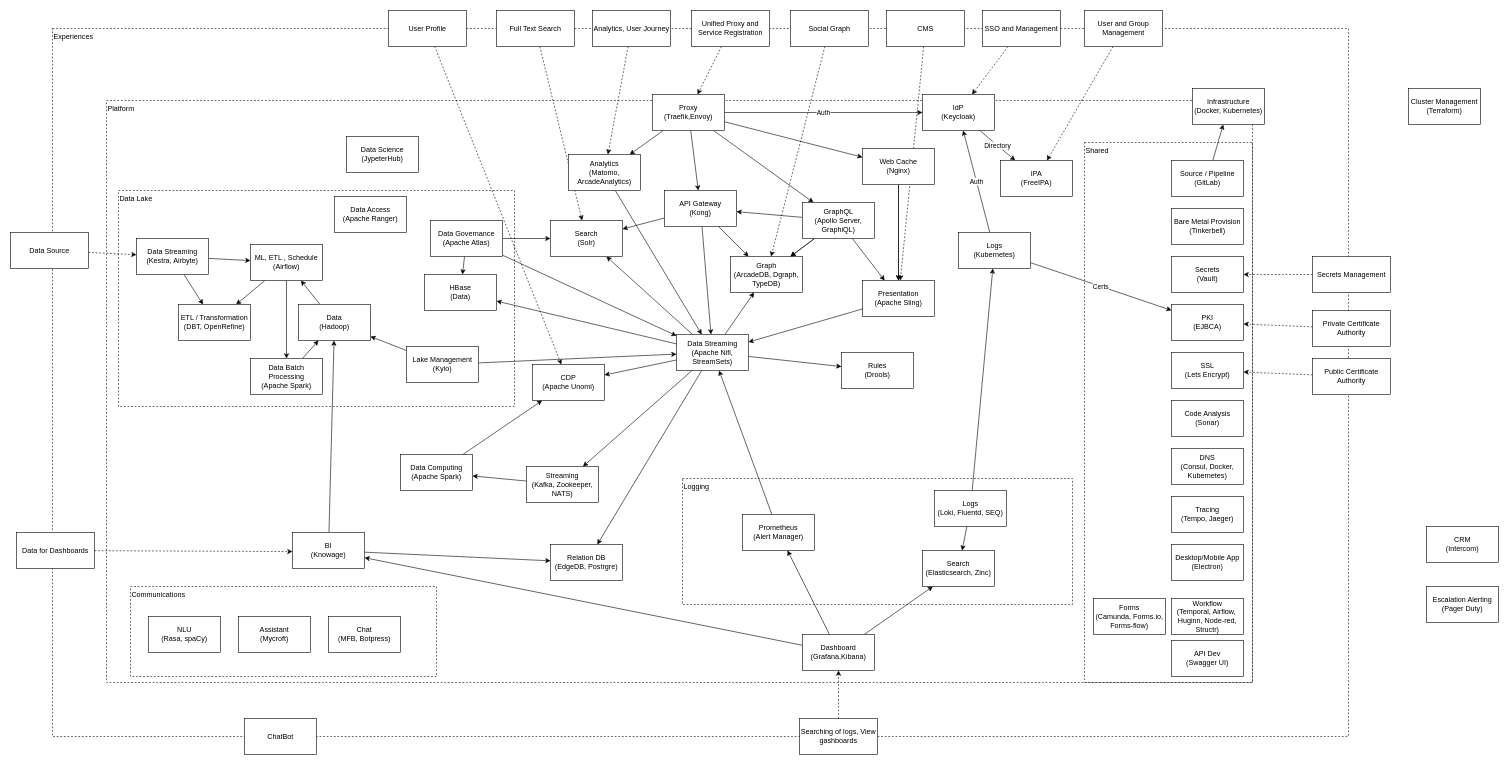
Before: page "Services" (1 of 3) of _gxp/diagrams/GXP-Architecture.drawio in governance-foundation/governance.foundation, a draw.io diagram. Source tidied: cells renumbered, new cells numbered last; positions are measured from the earlier drawing's top-left corner, leaving out a move shared by most shapes. Both pictures are drawn from the tidied source at 60%, with x=0, y=0 at pixel (10, 10).
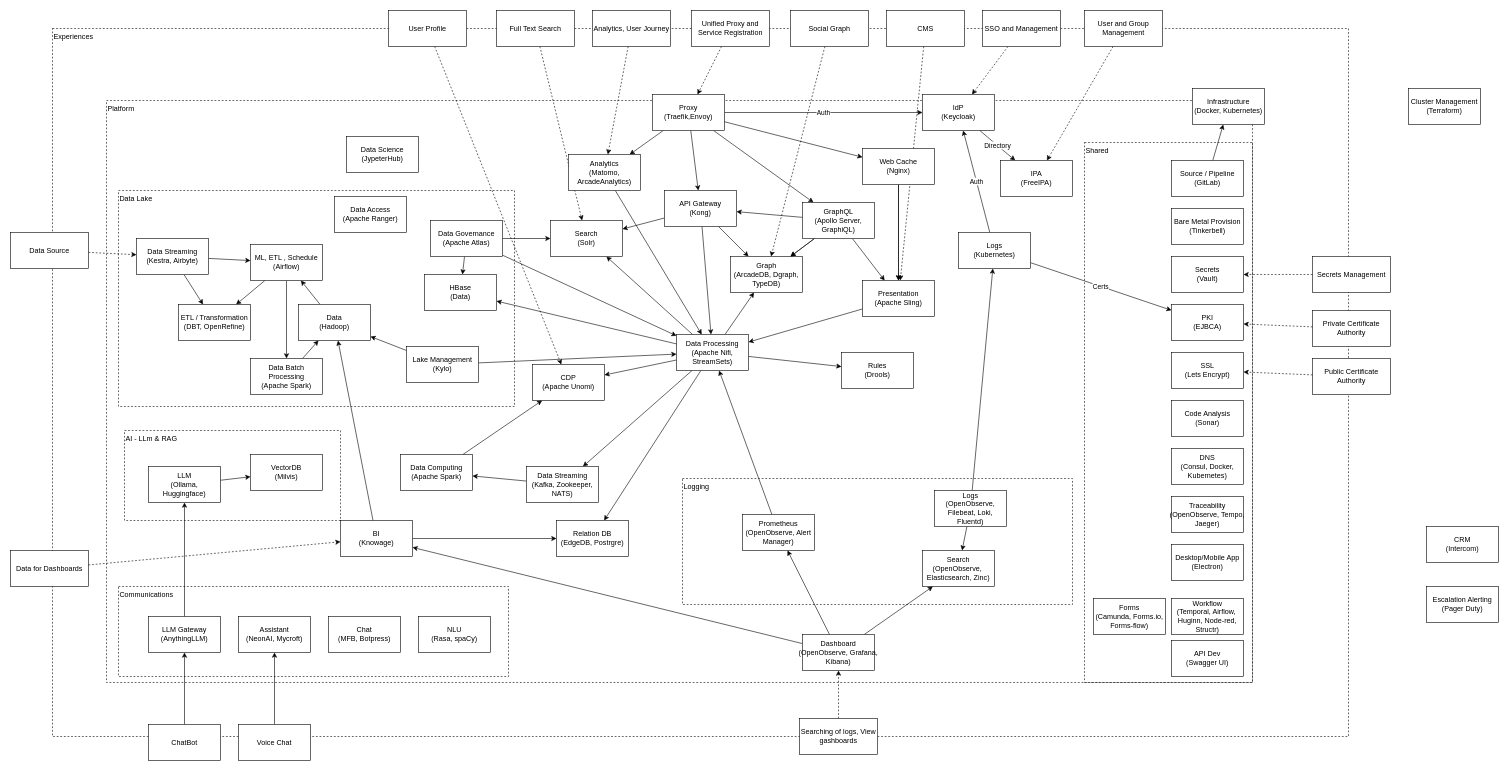
Above is the later version.

The edit, as a diff of the source:
```diff
@@
     <mxCell id="23" value="Data for Dashboards" style="rounded=0;whiteSpace=wrap;html=1;" parent="1" vertex="1">
-      <mxGeometry x="10" y="870" width="130" height="60" as="geometry" />
+      <mxGeometry y="900" width="130" height="60" as="geometry" />
     </mxCell>
-    <mxCell id="24" style="edgeStyle=none;rounded=0;jettySize=auto;html=1;dashed=1;" parent="1" edge="1" source="23">
-      <mxGeometry relative="1" as="geometry">
-        <mxPoint x="470" y="901.8" as="targetPoint" />
-      </mxGeometry>
+    <mxCell id="24" style="edgeStyle=none;rounded=0;jettySize=auto;html=1;dashed=1;" parent="1" edge="1" source="23" target="85">
+      <mxGeometry relative="1" as="geometry" />
     </mxCell>
@@
+    <mxCell id="137" value="AI - LLm &amp;amp; RAG" style="rounded=0;whiteSpace=wrap;html=1;fillColor=none;dashed=1;verticalAlign=top;align=left;" parent="33" vertex="1">
+      <mxGeometry x="190" y="700" width="360" height="150" as="geometry" />
+    </mxCell>
@@
-    <mxCell id="49" value="Data Streaming&lt;br&gt;(Apache Nifi, StreamSets)" style="rounded=0;whiteSpace=wrap;html=1;" parent="33" vertex="1">
+    <mxCell id="49" value="Data Processing&lt;br&gt;(Apache Nifi, StreamSets)" style="rounded=0;whiteSpace=wrap;html=1;" parent="33" vertex="1">
       <mxGeometry x="1110" y="540" width="120" height="60" as="geometry" />
     </mxCell>
@@
-    <mxCell id="51" value="Prometheus&lt;br&gt;(Alert Manager)" style="rounded=0;whiteSpace=wrap;html=1;" parent="33" vertex="1">
+    <mxCell id="51" value="Prometheus&lt;br&gt;(OpenObserve, Alert Manager)" style="rounded=0;whiteSpace=wrap;html=1;" parent="33" vertex="1">
       <mxGeometry x="1220" y="840" width="120" height="60" as="geometry" />
     </mxCell>
@@
-    <mxCell id="54" value="&lt;div&gt;Search&lt;/div&gt;&lt;div&gt;(Elasticsearch, Zinc)&lt;/div&gt;" style="rounded=0;whiteSpace=wrap;html=1;" parent="33" vertex="1">
+    <mxCell id="54" value="&lt;div&gt;Search&lt;/div&gt;&lt;div&gt;(&lt;span style=&quot;background-color: initial;&quot;&gt;OpenObserve,&amp;nbsp;&lt;/span&gt;&lt;/div&gt;&lt;div&gt;&lt;span style=&quot;background-color: initial;&quot;&gt;Elasticsearch, Zinc)&lt;/span&gt;&lt;/div&gt;" style="rounded=0;whiteSpace=wrap;html=1;" parent="33" vertex="1">
       <mxGeometry x="1520" y="900" width="120" height="60" as="geometry" />
     </mxCell>
@@
-    <mxCell id="80" value="Streaming&lt;br&gt;(Kafka, Zookeeper, NATS)" style="rounded=0;whiteSpace=wrap;html=1;" parent="33" vertex="1">
+    <mxCell id="80" value="Data Streaming&lt;br&gt;(Kafka, Zookeeper, NATS)" style="rounded=0;whiteSpace=wrap;html=1;" parent="33" vertex="1">
       <mxGeometry x="860" y="760" width="120" height="60" as="geometry" />
     </mxCell>
@@
     <mxCell id="85" value="&lt;div&gt;BI&lt;/div&gt;&lt;div&gt;(Knowage)&lt;/div&gt;" style="rounded=0;whiteSpace=wrap;html=1;" parent="33" vertex="1">
-      <mxGeometry x="470" y="870" width="120" height="60" as="geometry" />
+      <mxGeometry x="550" y="850" width="120" height="60" as="geometry" />
     </mxCell>
@@
     <mxCell id="89" value="&lt;div&gt;Relation DB&lt;br&gt;&lt;/div&gt;&lt;div&gt;(EdgeDB, Postrgre)&lt;/div&gt;" style="rounded=0;whiteSpace=wrap;html=1;" parent="33" vertex="1">
-      <mxGeometry x="900" y="890" width="120" height="60" as="geometry" />
+      <mxGeometry x="910" y="850" width="120" height="60" as="geometry" />
     </mxCell>
@@
-    <mxCell id="93" value="&lt;div&gt;Dashboard&lt;/div&gt;&lt;div&gt;(Grafana,Kibana)&lt;/div&gt;" style="rounded=0;whiteSpace=wrap;html=1;" parent="33" vertex="1">
+    <mxCell id="93" value="&lt;div&gt;Dashboard&lt;/div&gt;&lt;div&gt;(&lt;span style=&quot;background-color: initial;&quot;&gt;OpenObserve,&amp;nbsp;&lt;/span&gt;&lt;span style=&quot;background-color: initial;&quot;&gt;Grafana, Kibana)&lt;/span&gt;&lt;/div&gt;" style="rounded=0;whiteSpace=wrap;html=1;" parent="33" vertex="1">
       <mxGeometry x="1320" y="1040" width="120" height="60" as="geometry" />
     </mxCell>
@@
-    <mxCell id="96" value="&lt;div&gt;Logs&lt;/div&gt;&lt;div&gt;(Loki, Fluentd, SEQ)&lt;/div&gt;" style="rounded=0;whiteSpace=wrap;html=1;" parent="33" vertex="1">
+    <mxCell id="96" value="&lt;div&gt;Logs&lt;/div&gt;&lt;div&gt;(OpenObserve, Filebeat, Loki, Fluentd)&lt;/div&gt;" style="rounded=0;whiteSpace=wrap;html=1;" parent="33" vertex="1">
       <mxGeometry x="1540" y="800" width="120" height="60" as="geometry" />
     </mxCell>
@@
-    <mxCell id="114" value="&lt;div&gt;Tracing&lt;/div&gt;&lt;div&gt;(Tempo, Jaeger)&lt;/div&gt;" style="rounded=0;whiteSpace=wrap;html=1;" parent="33" vertex="1">
+    <mxCell id="114" value="&lt;div&gt;Traceability&lt;br&gt;&lt;/div&gt;&lt;div&gt;(&lt;span style=&quot;background-color: initial;&quot;&gt;OpenObserve,&amp;nbsp;&lt;/span&gt;&lt;span style=&quot;background-color: initial;&quot;&gt;Tempo, Jaeger)&lt;/span&gt;&lt;/div&gt;" style="rounded=0;whiteSpace=wrap;html=1;" parent="33" vertex="1">
       <mxGeometry x="1935" y="810" width="120" height="60" as="geometry" />
     </mxCell>
@@
     <mxCell id="126" value="Communications" style="rounded=0;whiteSpace=wrap;html=1;fillColor=none;dashed=1;verticalAlign=top;align=left;" parent="33" vertex="1">
-      <mxGeometry x="200" y="960" width="510" height="150" as="geometry" />
+      <mxGeometry x="180" y="960" width="650" height="150" as="geometry" />
     </mxCell>
     <mxCell id="127" value="&lt;div&gt;NLU&lt;/div&gt;&lt;div&gt;(Rasa, spaCy)&lt;/div&gt;" style="rounded=0;whiteSpace=wrap;html=1;" parent="33" vertex="1">
-      <mxGeometry x="230" y="1010" width="120" height="60" as="geometry" />
+      <mxGeometry x="680" y="1010" width="120" height="60" as="geometry" />
     </mxCell>
-    <mxCell id="128" value="&lt;div&gt;Assistant&lt;/div&gt;&lt;div&gt;(Mycroft)&lt;/div&gt;" style="rounded=0;whiteSpace=wrap;html=1;" parent="33" vertex="1">
+    <mxCell id="128" value="&lt;div&gt;Assistant&lt;/div&gt;&lt;div&gt;(NeonAI, Mycroft)&lt;/div&gt;" style="rounded=0;whiteSpace=wrap;html=1;" parent="33" vertex="1">
       <mxGeometry x="380" y="1010" width="120" height="60" as="geometry" />
     </mxCell>
+    <mxCell id="138" style="rounded=0;jettySize=auto;html=1;" parent="33" edge="1" source="129" target="140">
+      <mxGeometry relative="1" as="geometry" />
+    </mxCell>
     <mxCell id="129" value="&lt;div&gt;ChatBot&lt;/div&gt;" style="rounded=0;whiteSpace=wrap;html=1;" parent="33" vertex="1">
-      <mxGeometry x="390" y="1180" width="120" height="60" as="geometry" />
+      <mxGeometry x="230" y="1190" width="120" height="60" as="geometry" />
     </mxCell>
@@
+    <mxCell id="139" style="rounded=0;jettySize=auto;html=1;" parent="33" edge="1" source="140" target="143">
+      <mxGeometry relative="1" as="geometry" />
+    </mxCell>
+    <mxCell id="140" value="LLM Gateway&lt;div&gt;(AnythingLLM)&lt;/div&gt;" style="rounded=0;whiteSpace=wrap;html=1;" parent="33" vertex="1">
+      <mxGeometry x="230" y="1010" width="120" height="60" as="geometry" />
+    </mxCell>
+    <mxCell id="141" value="VectorDB&lt;div&gt;(Milvis)&lt;/div&gt;" style="rounded=0;whiteSpace=wrap;html=1;" parent="33" vertex="1">
+      <mxGeometry x="400" y="740" width="120" height="60" as="geometry" />
+    </mxCell>
+    <mxCell id="142" style="rounded=0;jettySize=auto;html=1;" parent="33" edge="1" source="143" target="141">
+      <mxGeometry relative="1" as="geometry" />
+    </mxCell>
+    <mxCell id="143" value="LLM&lt;div&gt;(Ollama, Huggingface)&lt;/div&gt;" style="rounded=0;whiteSpace=wrap;html=1;" parent="33" vertex="1">
+      <mxGeometry x="230" y="760" width="120" height="60" as="geometry" />
+    </mxCell>
+    <mxCell id="144" style="rounded=0;jettySize=auto;html=1;" parent="33" edge="1" source="145" target="128">
+      <mxGeometry relative="1" as="geometry" />
+    </mxCell>
+    <mxCell id="145" value="&lt;div&gt;Voice Chat&lt;/div&gt;" style="rounded=0;whiteSpace=wrap;html=1;" parent="33" vertex="1">
+      <mxGeometry x="380" y="1190" width="120" height="60" as="geometry" />
+    </mxCell>
```
